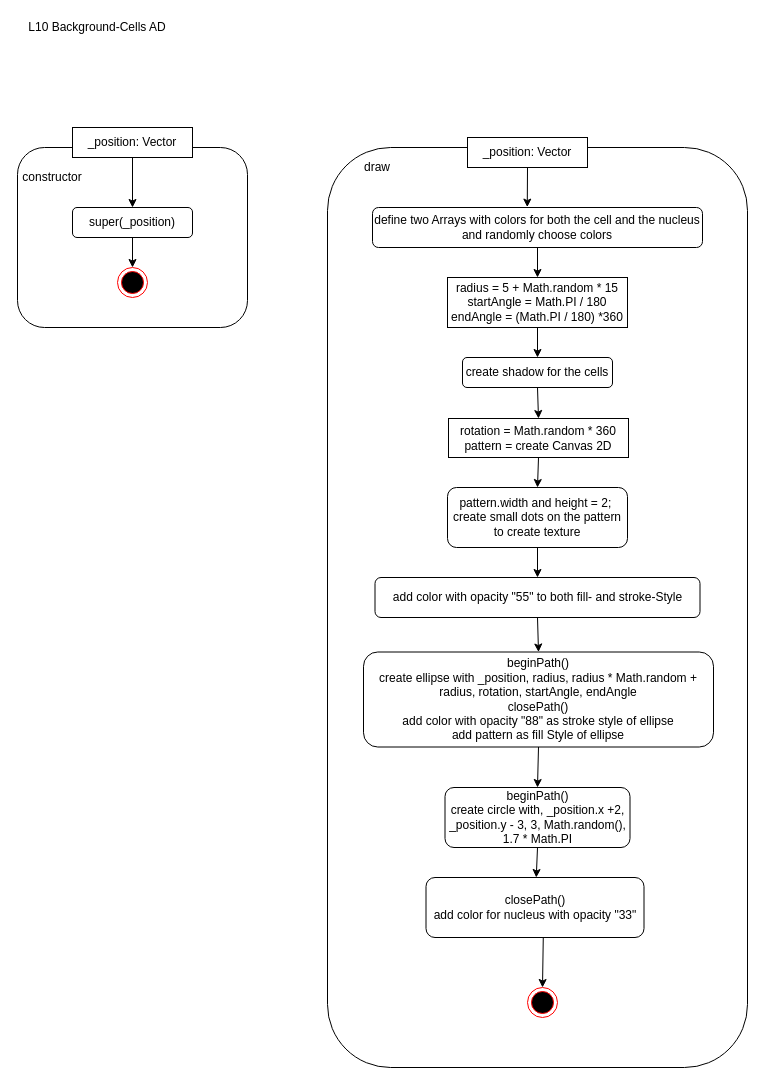
KohlerAl/EIA2 keeps this draw.io diagram as page "Background_AD" (3 of 8) of L10_Inheritance/Konzeption/L10_AD_Classes.drawio. Above is the earlier version. Source tidied: cells renumbered, new cells numbered last; positions are measured from the earlier drawing's top-left corner, leaving out a move shared by most shapes. Both pictures are drawn from the tidied source at 100%, with x=0, y=0 at pixel (17, 17).
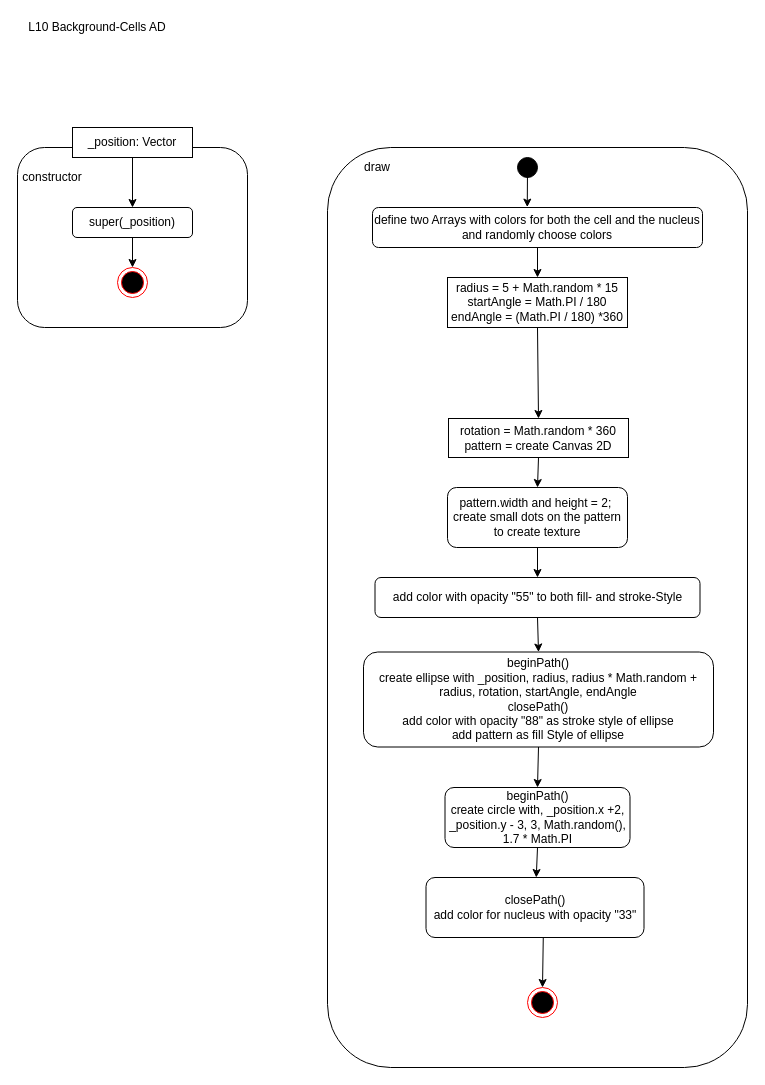
The same diagram, later.

Unchanged cells that the change refers to:
```xml
<mxCell id="6" value="define two Arrays with colors for both the cell and the nucleus&lt;br&gt;and randomly choose colors" style="rounded=1;whiteSpace=wrap;html=1;" parent="1" vertex="1">
  <mxGeometry x="355" y="190" width="330" height="40" as="geometry" />
</mxCell>
<mxCell id="7" value="radius = 5 + Math.random * 15&lt;br&gt;startAngle = Math.PI / 180&lt;br&gt;endAngle = (Math.PI / 180) *360" style="rounded=0;whiteSpace=wrap;html=1;" parent="1" vertex="1">
  <mxGeometry x="430" y="260" width="180" height="50" as="geometry" />
</mxCell>
<mxCell id="9" value="rotation = Math.random * 360&lt;br&gt;pattern = create Canvas 2D" style="rounded=0;whiteSpace=wrap;html=1;" parent="1" vertex="1">
  <mxGeometry x="431" y="401" width="180" height="39" as="geometry" />
</mxCell>
```

Diff of the diagram source:
```diff
@@
-    <mxCell id="4" value="_position: Vector" style="rounded=0;whiteSpace=wrap;html=1;" parent="1" vertex="1">
-      <mxGeometry x="450" y="120" width="120" height="30" as="geometry" />
-    </mxCell>
@@
-    <mxCell id="8" value="create shadow for the cells" style="rounded=1;whiteSpace=wrap;html=1;" parent="1" vertex="1">
-      <mxGeometry x="445" y="340" width="150" height="30" as="geometry" />
-    </mxCell>
@@
-    <mxCell id="16" style="endArrow=classic;html=1;exitX=0.5;exitY=1;exitDx=0;exitDy=0;entryX=0.469;entryY=-0.01;entryDx=0;entryDy=0;entryPerimeter=0;" parent="1" edge="1" source="4" target="6">
-      <mxGeometry relative="1" as="geometry" />
+    <mxCell id="16" style="endArrow=classic;html=1;exitX=0.5;exitY=1;exitDx=0;exitDy=0;entryX=0.469;entryY=-0.01;entryDx=0;entryDy=0;entryPerimeter=0;" parent="1" edge="1" target="6">
+      <mxGeometry relative="1" as="geometry">
+        <mxPoint x="510" y="150" as="sourcePoint" />
+      </mxGeometry>
     </mxCell>
@@
-    <mxCell id="18" style="endArrow=classic;html=1;exitX=0.5;exitY=1;exitDx=0;exitDy=0;entryX=0.5;entryY=0;entryDx=0;entryDy=0;" parent="1" edge="1" source="7" target="8">
+    <mxCell id="18" style="endArrow=classic;html=1;exitX=0.5;exitY=1;exitDx=0;exitDy=0;entryX=0.5;entryY=0;entryDx=0;entryDy=0;" parent="1" edge="1" source="7" target="9">
       <mxGeometry relative="1" as="geometry" />
     </mxCell>
-    <mxCell id="19" style="endArrow=classic;html=1;exitX=0.5;exitY=1;exitDx=0;exitDy=0;entryX=0.5;entryY=0;entryDx=0;entryDy=0;" parent="1" edge="1" source="8" target="9">
-      <mxGeometry relative="1" as="geometry" />
-    </mxCell>
@@
+    <mxCell id="33" style="ellipse;whiteSpace=wrap;html=1;fillColor=#000000;" parent="1" vertex="1">
+      <mxGeometry x="500" y="140" width="20" height="20" as="geometry" />
+    </mxCell>
```
